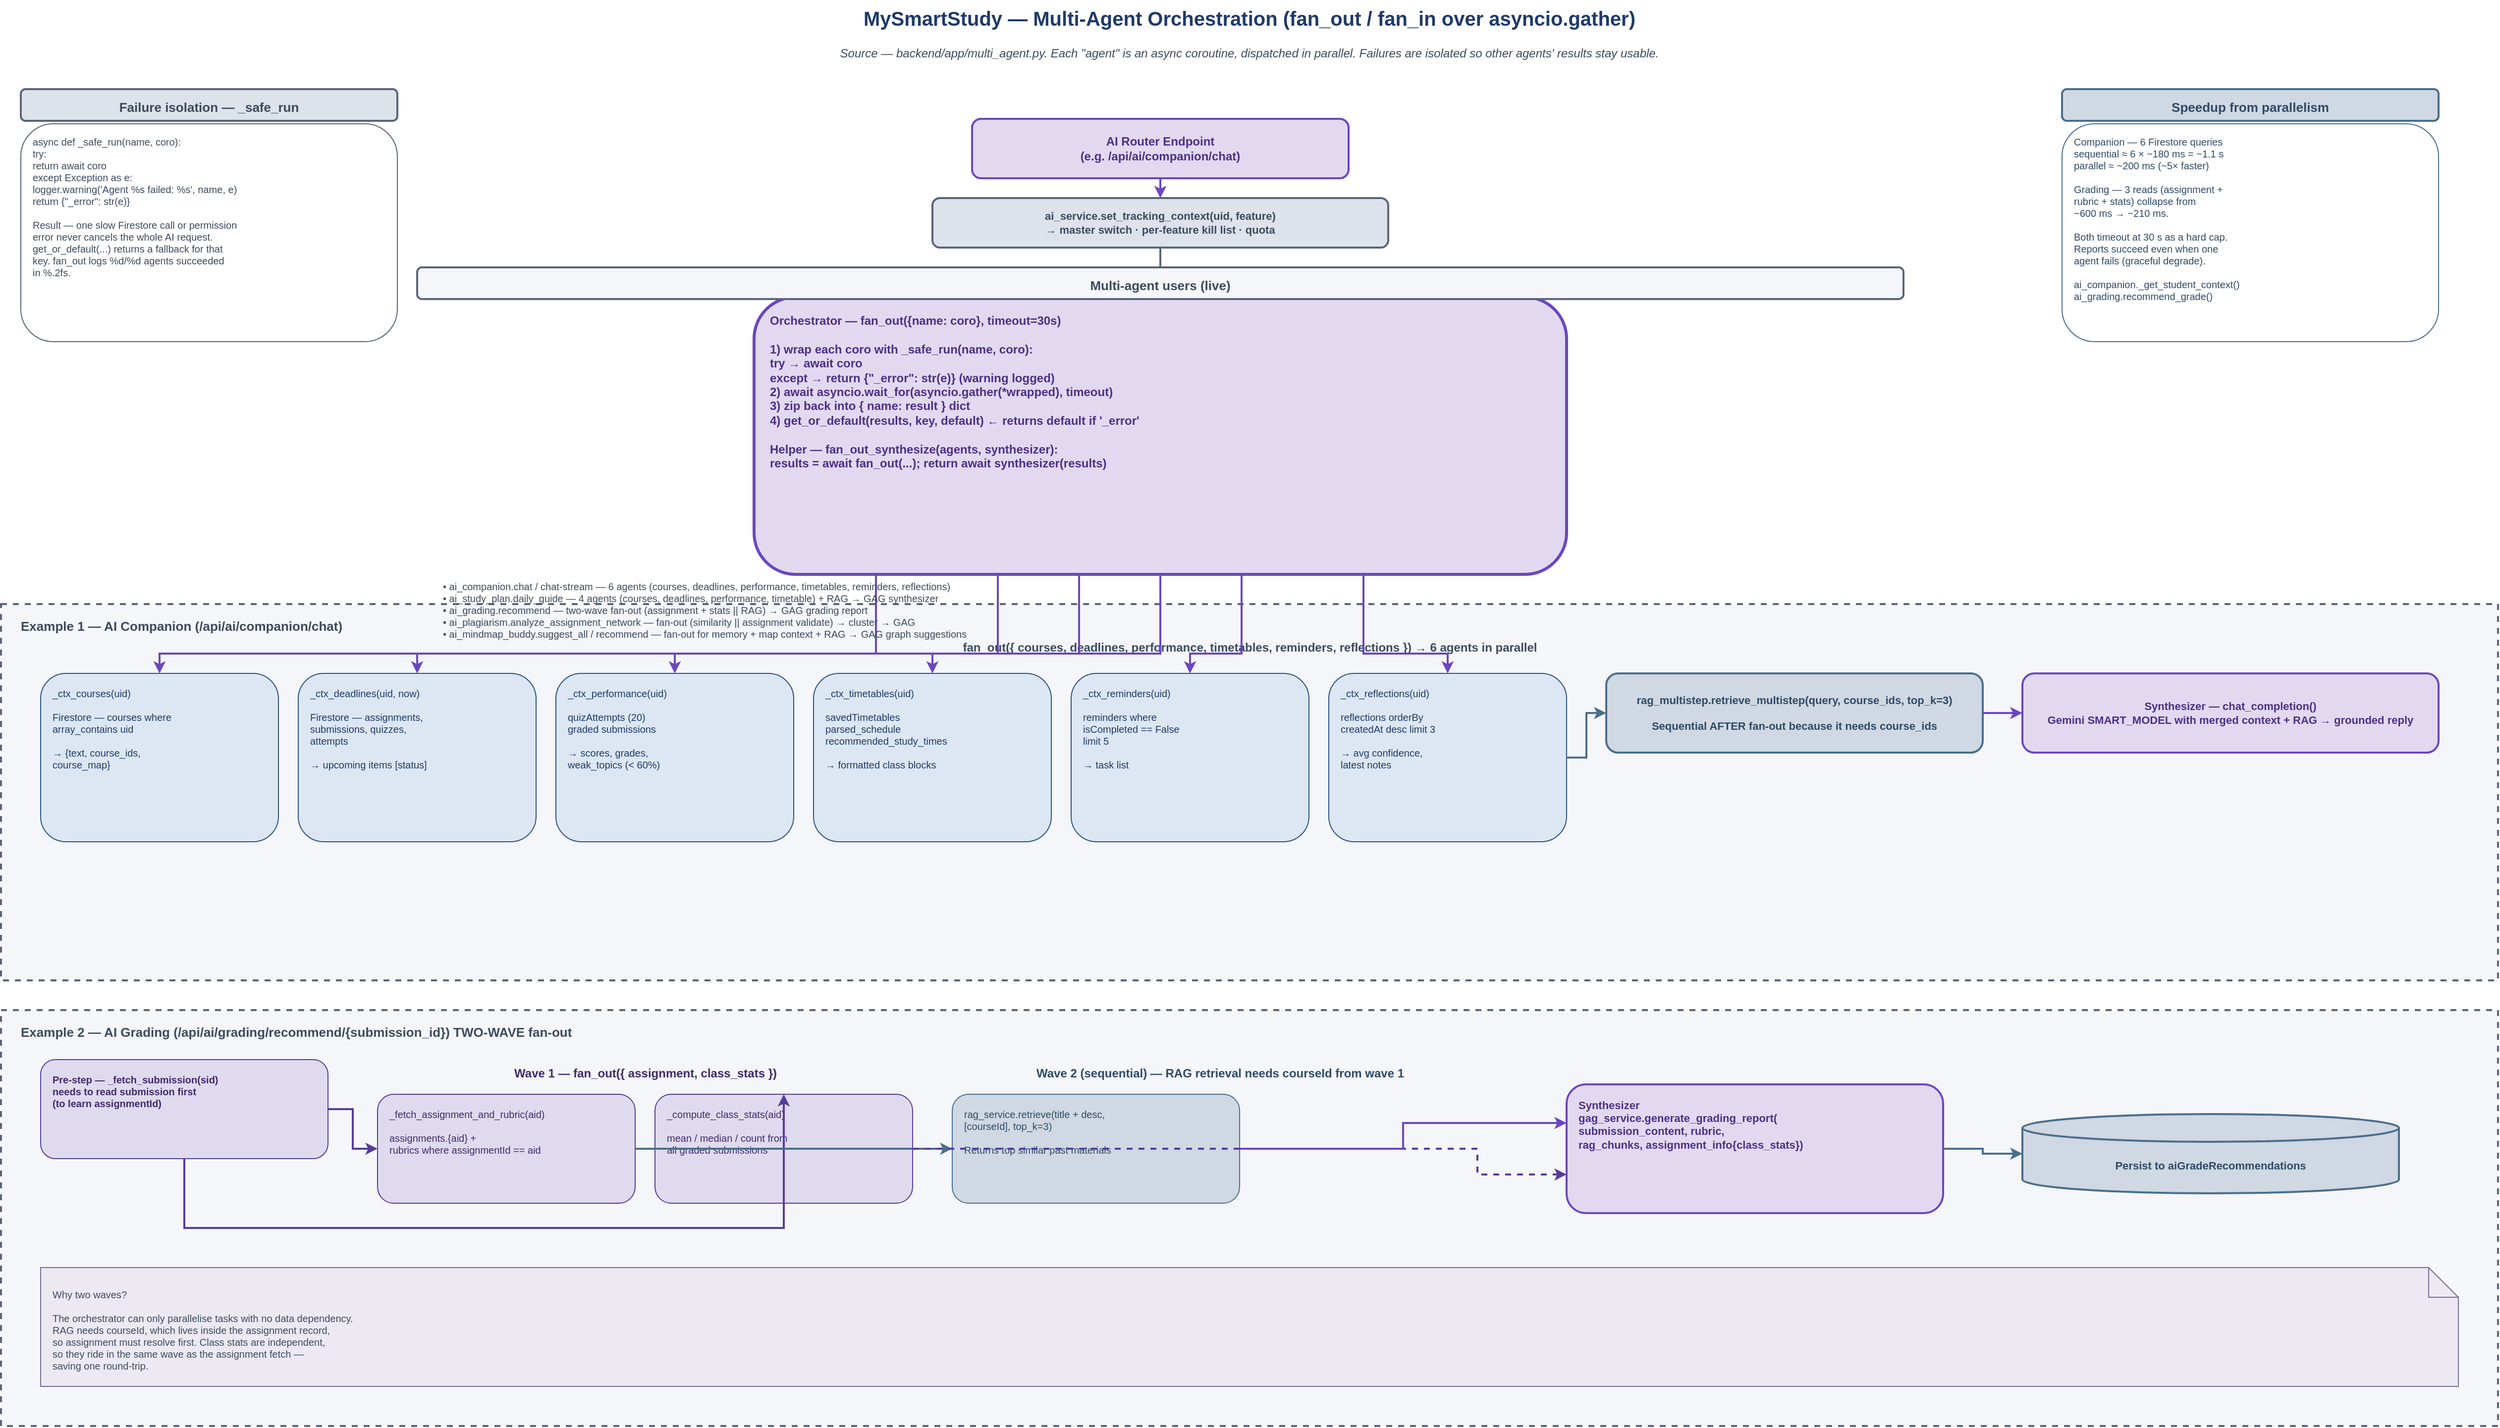
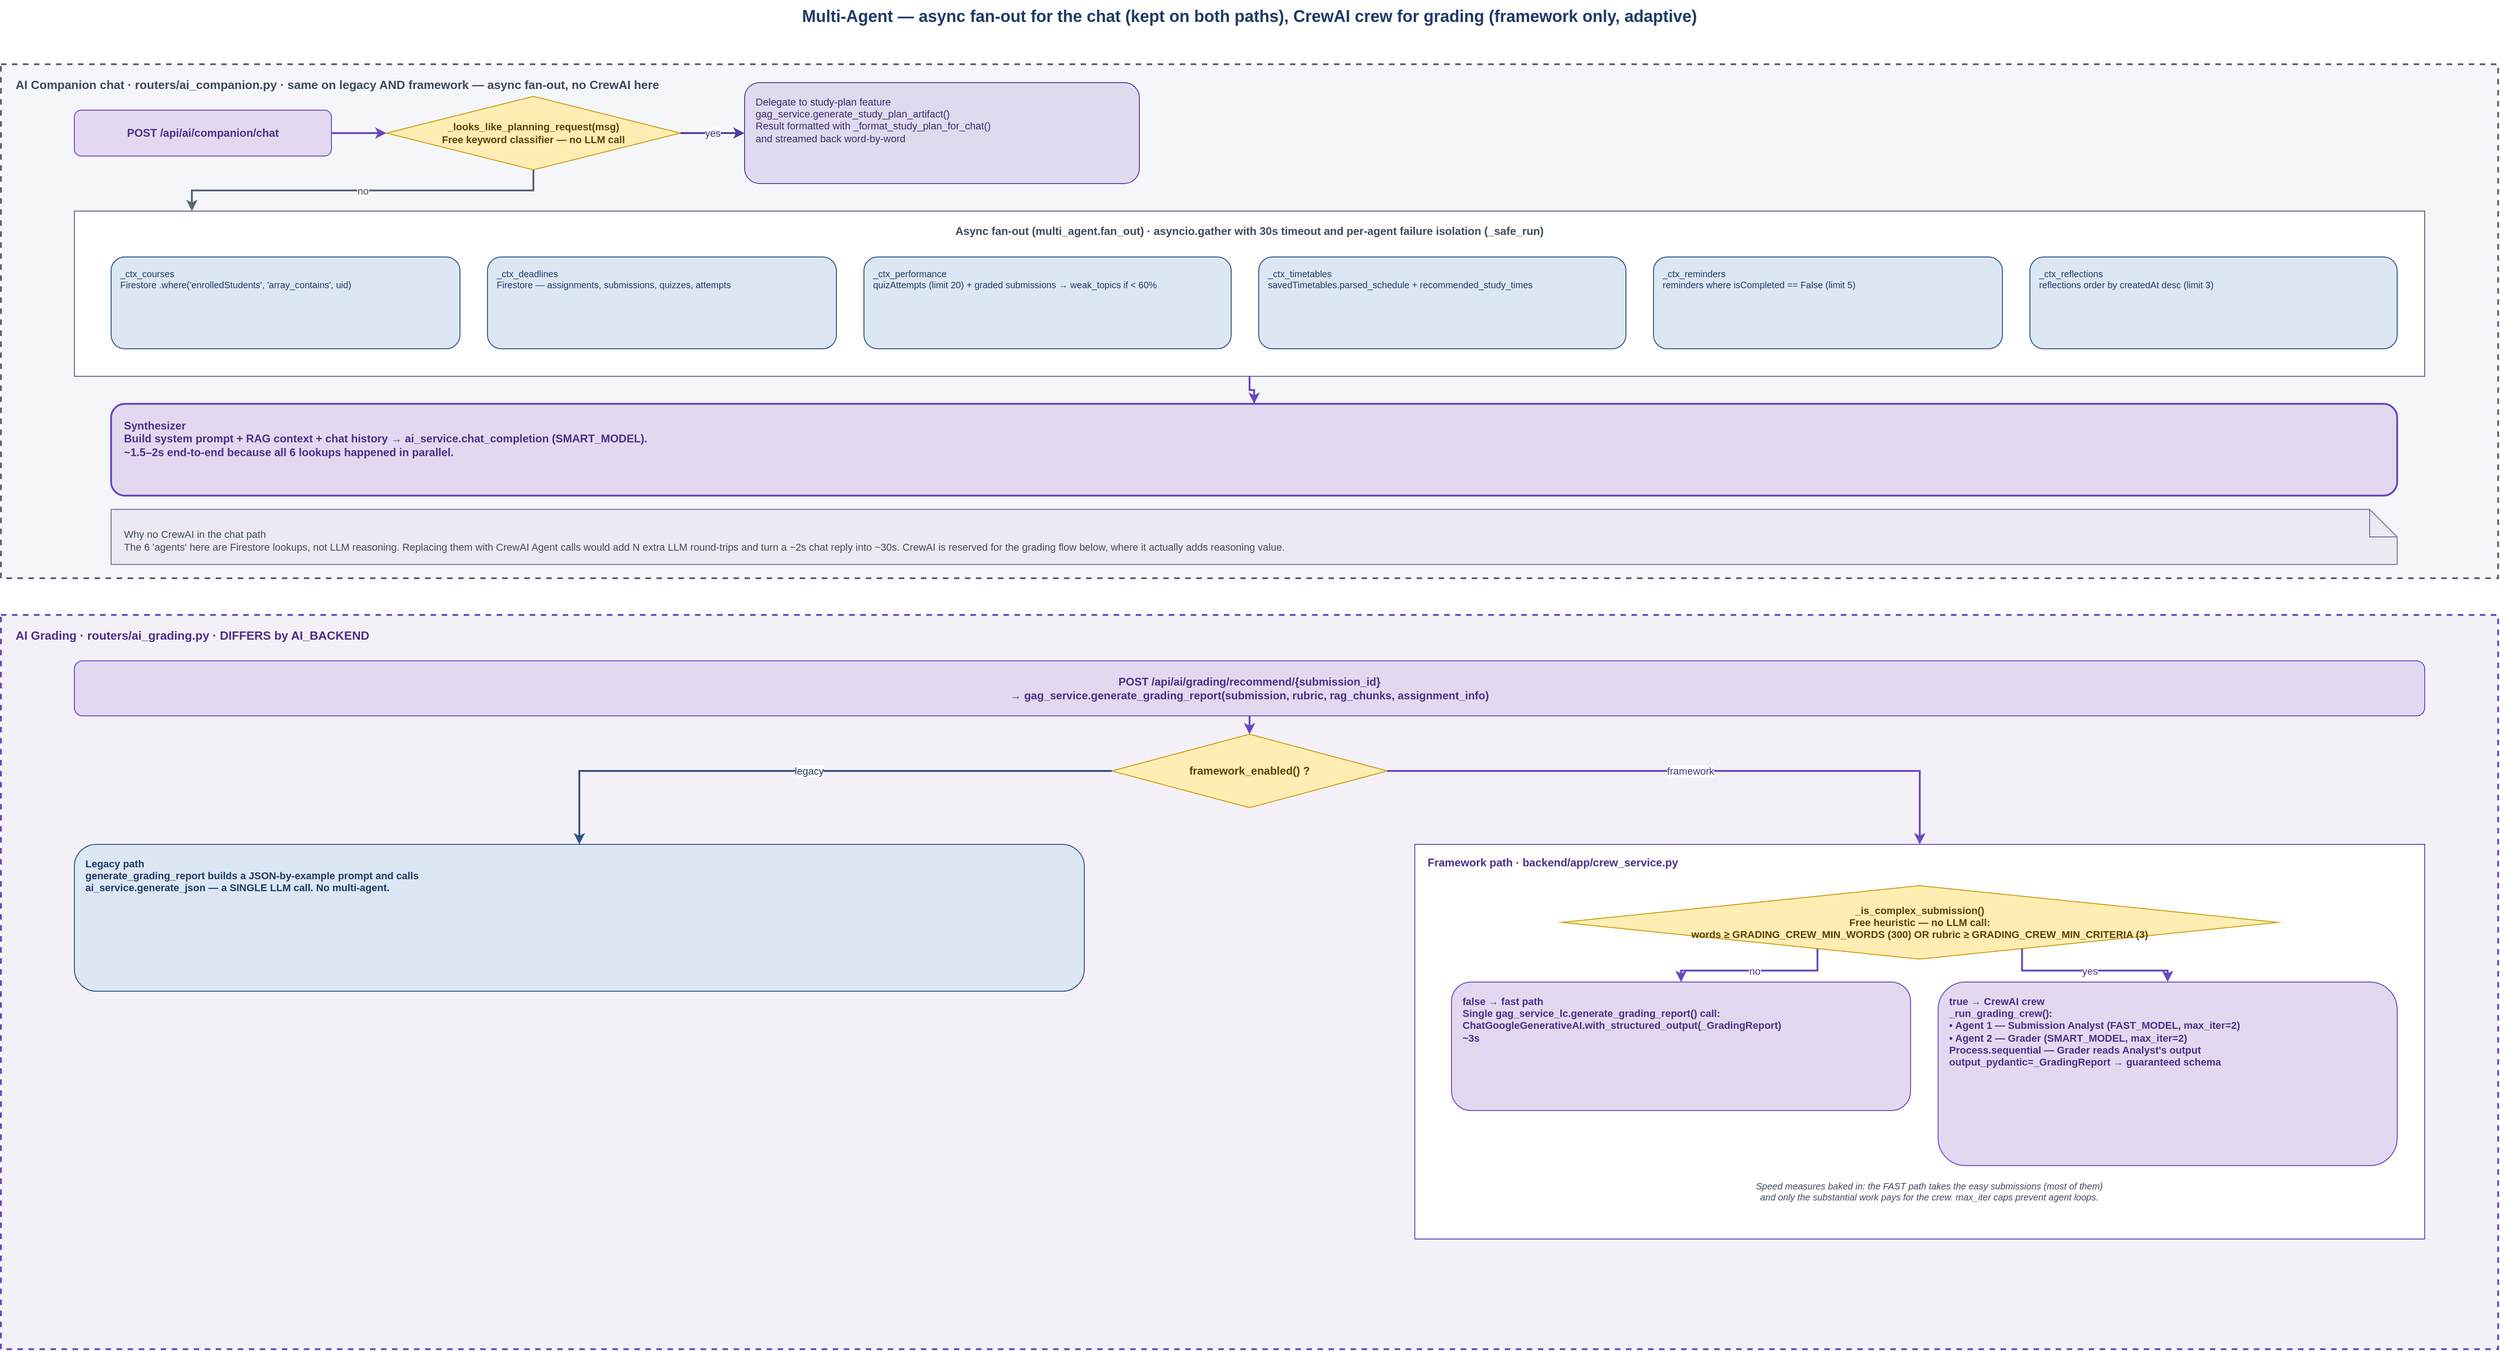
<mxfile host="app.diagrams.net" agent="MySmartStudy" version="22.1.16">
-   <diagram id="multiAgent" name="Multi-Agent Orchestration">
-     <mxGraphModel dx="2400" dy="1400" grid="1" gridSize="10" guides="1" tooltips="1" connect="1" arrows="1" fold="1" page="1" pageScale="1" pageWidth="2600" pageHeight="1800" math="0" shadow="0">
+   <diagram id="multiagent" name="Multi-Agent (Async vs CrewAI)">
+     <mxGraphModel dx="2400" dy="1300" grid="1" gridSize="10" page="1" pageScale="1" pageWidth="2800" pageHeight="1700" math="0" shadow="0">
      <root>
        <mxCell id="0" />
        <mxCell id="1" parent="0" />

-         <mxCell id="title" value="MySmartStudy — Multi-Agent Orchestration  (fan_out / fan_in over asyncio.gather)" style="text;html=1;align=center;verticalAlign=middle;whiteSpace=wrap;fontSize=20;fontStyle=1;fontColor=#1F3A68" vertex="1" parent="1">
-           <mxGeometry x="500" y="20" width="1600" height="36" as="geometry" />
-         </mxCell>
-         <mxCell id="sub" value="Source — backend/app/multi_agent.py.  Each &quot;agent&quot; is an async coroutine, dispatched in parallel.  Failures are isolated so other agents' results stay usable." style="text;html=1;align=center;whiteSpace=wrap;fontSize=12;fontStyle=2;fontColor=#3D4A5C" vertex="1" parent="1">
-           <mxGeometry x="200" y="60" width="2200" height="30" as="geometry" />
+         <mxCell id="title" value="Multi-Agent — async fan-out for the chat (kept on both paths), CrewAI crew for grading (framework only, adaptive)" style="text;html=1;align=center;verticalAlign=middle;whiteSpace=wrap;fontSize=18;fontStyle=1;fontColor=#1F3A68" vertex="1" parent="1">
+           <mxGeometry x="100" y="10" width="2600" height="36" as="geometry" />
        </mxCell>

-         <!-- ============ TOP ROW: callouts + boss + gate ============ -->
-         <mxCell id="fail_box" value="Failure isolation — _safe_run" style="rounded=1;whiteSpace=wrap;html=1;fillColor=#DDE2EB;strokeColor=#5A6478;strokeWidth=2;align=center;verticalAlign=top;fontSize=13;fontStyle=1;fontColor=#3D4A5C;spacingTop=4" vertex="1" parent="1">
-           <mxGeometry x="60" y="110" width="380" height="32" as="geometry" />
-         </mxCell>
-         <mxCell id="fail_body" value="async def _safe_run(name, coro):&#10;  try:&#10;     return await coro&#10;  except Exception as e:&#10;     logger.warning('Agent %s failed: %s', name, e)&#10;     return {&quot;_error&quot;: str(e)}&#10;&#10;Result — one slow Firestore call or permission&#10;error never cancels the whole AI request.&#10;get_or_default(...) returns a fallback for that&#10;key. fan_out logs %d/%d agents succeeded&#10;in %.2fs." style="rounded=1;whiteSpace=wrap;html=1;fillColor=#FFFFFF;strokeColor=#5A6478;align=left;verticalAlign=top;fontSize=10;spacingLeft=10;spacingTop=6;fontColor=#3D4A5C" vertex="1" parent="1">
-           <mxGeometry x="60" y="145" width="380" height="220" as="geometry" />
+         <!-- TOP — AI COMPANION CHAT (same on both paths) -->
+         <mxCell id="chat_panel" value="AI Companion chat  ·  routers/ai_companion.py  ·  same on legacy AND framework — async fan-out, no CrewAI here" style="rounded=0;whiteSpace=wrap;html=1;fillColor=#F4F6FA;strokeColor=#5A6478;strokeWidth=2;dashed=1;verticalAlign=top;fontSize=13;fontStyle=1;fontColor=#3D4A5C;spacingTop=8;align=left;spacingLeft=14" vertex="1" parent="1">
+           <mxGeometry x="40" y="80" width="2720" height="560" as="geometry" />
        </mxCell>

-         <mxCell id="ingress" value="AI Router Endpoint&#10;(e.g. /api/ai/companion/chat)" style="rounded=1;whiteSpace=wrap;html=1;fillColor=#E2D9F0;strokeColor=#6B46C1;strokeWidth=2;align=center;verticalAlign=middle;fontSize=12;fontStyle=1;fontColor=#4C2F87" vertex="1" parent="1">
-           <mxGeometry x="1020" y="140" width="380" height="60" as="geometry" />
-         </mxCell>
-         <mxCell id="gate" value="ai_service.set_tracking_context(uid, feature)&#10;→ master switch · per-feature kill list · quota" style="rounded=1;whiteSpace=wrap;html=1;fillColor=#DDE2EB;strokeColor=#5A6478;strokeWidth=2;align=center;verticalAlign=middle;fontSize=11;fontStyle=1;fontColor=#3D4A5C" vertex="1" parent="1">
-           <mxGeometry x="980" y="220" width="460" height="50" as="geometry" />
+         <mxCell id="chat_in" value="POST /api/ai/companion/chat" style="rounded=1;whiteSpace=wrap;html=1;fillColor=#E2D9F0;strokeColor=#6B46C1;align=center;verticalAlign=middle;fontSize=12;fontStyle=1;fontColor=#4C2F87" vertex="1" parent="1">
+           <mxGeometry x="120" y="130" width="280" height="50" as="geometry" />
        </mxCell>

-         <mxCell id="par_box" value="Speedup from parallelism" style="rounded=1;whiteSpace=wrap;html=1;fillColor=#CFD8E3;strokeColor=#4A6E8C;strokeWidth=2;align=center;verticalAlign=top;fontSize=13;fontStyle=1;fontColor=#2E4A66;spacingTop=4" vertex="1" parent="1">
-           <mxGeometry x="2120" y="110" width="380" height="32" as="geometry" />
-         </mxCell>
-         <mxCell id="par_body" value="Companion — 6 Firestore queries&#10;sequential ≈ 6 × ~180 ms = ~1.1 s&#10;parallel ≈ ~200 ms  (~5× faster)&#10;&#10;Grading — 3 reads (assignment +&#10;rubric + stats) collapse from&#10;~600 ms → ~210 ms.&#10;&#10;Both timeout at 30 s as a hard cap.&#10;Reports succeed even when one&#10;agent fails (graceful degrade).&#10;&#10;ai_companion._get_student_context()&#10;ai_grading.recommend_grade()" style="rounded=1;whiteSpace=wrap;html=1;fillColor=#FFFFFF;strokeColor=#4A6E8C;align=left;verticalAlign=top;fontSize=10;spacingLeft=10;spacingTop=6;fontColor=#2E4A66" vertex="1" parent="1">
-           <mxGeometry x="2120" y="145" width="380" height="220" as="geometry" />
+         <mxCell id="intent" value="_looks_like_planning_request(msg)&#10;Free keyword classifier — no LLM call" style="rhombus;whiteSpace=wrap;html=1;fillColor=#FFEDB3;strokeColor=#C99A06;align=center;verticalAlign=middle;fontSize=11;fontStyle=1;fontColor=#5C4400" vertex="1" parent="1">
+           <mxGeometry x="460" y="115" width="320" height="80" as="geometry" />
        </mxCell>

-         <!-- ingress → gate (straight down) -->
-         <mxCell id="ingress_arrow" style="edgeStyle=orthogonalEdgeStyle;rounded=0;html=1;exitX=0.5;exitY=1;entryX=0.5;entryY=0;endArrow=classic;strokeColor=#6B46C1;strokeWidth=2" edge="1" parent="1" source="ingress" target="gate"><mxGeometry relative="1" as="geometry" /></mxCell>
- 
-         <!-- ============ ORCHESTRATOR CORE (centered) ============ -->
-         <mxCell id="core" value="Orchestrator — fan_out({name: coro}, timeout=30s)&#10;&#10;1) wrap each coro with _safe_run(name, coro):&#10;        try   →  await coro&#10;        except → return {&quot;_error&quot;: str(e)}   (warning logged)&#10;2) await asyncio.wait_for(asyncio.gather(*wrapped), timeout)&#10;3) zip back into { name: result } dict&#10;4) get_or_default(results, key, default)  ← returns default if &#39;_error&#39;&#10;&#10;Helper — fan_out_synthesize(agents, synthesizer):&#10;        results = await fan_out(...);   return await synthesizer(results)" style="rounded=1;whiteSpace=wrap;html=1;fillColor=#E2D9F0;strokeColor=#6B46C1;strokeWidth=3;align=left;verticalAlign=top;fontSize=12;spacingLeft=14;spacingTop=10;fontStyle=1;fontColor=#4C2F87" vertex="1" parent="1">
-           <mxGeometry x="800" y="320" width="820" height="280" as="geometry" />
+         <mxCell id="delegate" value="Delegate to study-plan feature&#10;gag_service.generate_study_plan_artifact()&#10;Result formatted with _format_study_plan_for_chat()&#10;and streamed back word-by-word" style="rounded=1;whiteSpace=wrap;html=1;fillColor=#E0DAEF;strokeColor=#553C9A;align=left;verticalAlign=top;fontSize=11;spacingLeft=10;spacingTop=8;fontColor=#3F2A6B" vertex="1" parent="1">
+           <mxGeometry x="850" y="100" width="430" height="110" as="geometry" />
        </mxCell>

-         <!-- gate → core -->
-         <mxCell id="gate_to_core" style="edgeStyle=orthogonalEdgeStyle;rounded=0;html=1;exitX=0.5;exitY=1;entryX=0.5;entryY=0;endArrow=classic;strokeColor=#5A6478;strokeWidth=2" edge="1" parent="1" source="gate" target="core"><mxGeometry relative="1" as="geometry" /></mxCell>
- 
-         <!-- ============ EXAMPLE 1: COMPANION ============ -->
-         <mxCell id="ex1_bg" value="Example 1 — AI Companion  (/api/ai/companion/chat)" style="rounded=0;whiteSpace=wrap;html=1;fillColor=#F4F6FA;strokeColor=#5A6478;strokeWidth=2;verticalAlign=top;fontSize=13;fontStyle=1;fontColor=#3D4A5C;dashed=1;spacingTop=8;align=left;spacingLeft=18" vertex="1" parent="1">
-           <mxGeometry x="40" y="630" width="2520" height="380" as="geometry" />
+         <mxCell id="fanout_box" value="Async fan-out (multi_agent.fan_out)  ·  asyncio.gather with 30s timeout and per-agent failure isolation (_safe_run)" style="rounded=0;whiteSpace=wrap;html=1;fillColor=#FFFFFF;strokeColor=#5A6478;strokeWidth=1;align=center;verticalAlign=top;fontSize=12;fontStyle=1;fontColor=#3D4A5C;spacingTop=8" vertex="1" parent="1">
+           <mxGeometry x="120" y="240" width="2560" height="180" as="geometry" />
        </mxCell>

-         <mxCell id="ex1_lbl" value="fan_out({ courses, deadlines, performance, timetables, reminders, reflections })   →   6 agents in parallel" style="text;html=1;align=center;fontStyle=1;fontSize=12;fontColor=#3D4A5C" vertex="1" parent="1">
-           <mxGeometry x="40" y="660" width="2520" height="24" as="geometry" />
+         <mxCell id="ag_courses" value="_ctx_courses&#10;Firestore .where('enrolledStudents', 'array_contains', uid)" style="rounded=1;whiteSpace=wrap;html=1;fillColor=#DCE7F3;strokeColor=#2C5282;align=left;verticalAlign=top;fontSize=10;spacingLeft=8;spacingTop=6;fontColor=#1F3A68" vertex="1" parent="1">
+           <mxGeometry x="160" y="290" width="380" height="100" as="geometry" />
+         </mxCell>
+         <mxCell id="ag_deadlines" value="_ctx_deadlines&#10;Firestore — assignments, submissions, quizzes, attempts" style="rounded=1;whiteSpace=wrap;html=1;fillColor=#DCE7F3;strokeColor=#2C5282;align=left;verticalAlign=top;fontSize=10;spacingLeft=8;spacingTop=6;fontColor=#1F3A68" vertex="1" parent="1">
+           <mxGeometry x="570" y="290" width="380" height="100" as="geometry" />
+         </mxCell>
+         <mxCell id="ag_perf" value="_ctx_performance&#10;quizAttempts (limit 20) + graded submissions → weak_topics if &lt; 60%" style="rounded=1;whiteSpace=wrap;html=1;fillColor=#DCE7F3;strokeColor=#2C5282;align=left;verticalAlign=top;fontSize=10;spacingLeft=8;spacingTop=6;fontColor=#1F3A68" vertex="1" parent="1">
+           <mxGeometry x="980" y="290" width="400" height="100" as="geometry" />
+         </mxCell>
+         <mxCell id="ag_tt" value="_ctx_timetables&#10;savedTimetables.parsed_schedule + recommended_study_times" style="rounded=1;whiteSpace=wrap;html=1;fillColor=#DCE7F3;strokeColor=#2C5282;align=left;verticalAlign=top;fontSize=10;spacingLeft=8;spacingTop=6;fontColor=#1F3A68" vertex="1" parent="1">
+           <mxGeometry x="1410" y="290" width="400" height="100" as="geometry" />
+         </mxCell>
+         <mxCell id="ag_rem" value="_ctx_reminders&#10;reminders where isCompleted == False (limit 5)" style="rounded=1;whiteSpace=wrap;html=1;fillColor=#DCE7F3;strokeColor=#2C5282;align=left;verticalAlign=top;fontSize=10;spacingLeft=8;spacingTop=6;fontColor=#1F3A68" vertex="1" parent="1">
+           <mxGeometry x="1840" y="290" width="380" height="100" as="geometry" />
+         </mxCell>
+         <mxCell id="ag_ref" value="_ctx_reflections&#10;reflections order by createdAt desc (limit 3)" style="rounded=1;whiteSpace=wrap;html=1;fillColor=#DCE7F3;strokeColor=#2C5282;align=left;verticalAlign=top;fontSize=10;spacingLeft=8;spacingTop=6;fontColor=#1F3A68" vertex="1" parent="1">
+           <mxGeometry x="2250" y="290" width="400" height="100" as="geometry" />
        </mxCell>

-         <!-- 6 agents in row -->
-         <mxCell id="a1" value="_ctx_courses(uid)&#10;&#10;Firestore — courses where&#10;array_contains uid&#10;&#10;→ {text, course_ids,&#10;     course_map}" style="rounded=1;whiteSpace=wrap;html=1;fillColor=#DCE7F3;strokeColor=#2C5282;align=left;verticalAlign=top;fontSize=10;spacingLeft=10;spacingTop=8;fontColor=#1F3A68" vertex="1" parent="1">
-           <mxGeometry x="80" y="700" width="240" height="170" as="geometry" />
-         </mxCell>
-         <mxCell id="a2" value="_ctx_deadlines(uid, now)&#10;&#10;Firestore — assignments,&#10;submissions, quizzes,&#10;attempts&#10;&#10;→ upcoming items [status]" style="rounded=1;whiteSpace=wrap;html=1;fillColor=#DCE7F3;strokeColor=#2C5282;align=left;verticalAlign=top;fontSize=10;spacingLeft=10;spacingTop=8;fontColor=#1F3A68" vertex="1" parent="1">
-           <mxGeometry x="340" y="700" width="240" height="170" as="geometry" />
-         </mxCell>
-         <mxCell id="a3" value="_ctx_performance(uid)&#10;&#10;quizAttempts (20)&#10;graded submissions&#10;&#10;→ scores, grades,&#10;   weak_topics (&lt; 60%)" style="rounded=1;whiteSpace=wrap;html=1;fillColor=#DCE7F3;strokeColor=#2C5282;align=left;verticalAlign=top;fontSize=10;spacingLeft=10;spacingTop=8;fontColor=#1F3A68" vertex="1" parent="1">
-           <mxGeometry x="600" y="700" width="240" height="170" as="geometry" />
-         </mxCell>
-         <mxCell id="a4" value="_ctx_timetables(uid)&#10;&#10;savedTimetables&#10;parsed_schedule&#10;recommended_study_times&#10;&#10;→ formatted class blocks" style="rounded=1;whiteSpace=wrap;html=1;fillColor=#DCE7F3;strokeColor=#2C5282;align=left;verticalAlign=top;fontSize=10;spacingLeft=10;spacingTop=8;fontColor=#1F3A68" vertex="1" parent="1">
-           <mxGeometry x="860" y="700" width="240" height="170" as="geometry" />
-         </mxCell>
-         <mxCell id="a5" value="_ctx_reminders(uid)&#10;&#10;reminders where&#10;isCompleted == False&#10;limit 5&#10;&#10;→ task list" style="rounded=1;whiteSpace=wrap;html=1;fillColor=#DCE7F3;strokeColor=#2C5282;align=left;verticalAlign=top;fontSize=10;spacingLeft=10;spacingTop=8;fontColor=#1F3A68" vertex="1" parent="1">
-           <mxGeometry x="1120" y="700" width="240" height="170" as="geometry" />
-         </mxCell>
-         <mxCell id="a6" value="_ctx_reflections(uid)&#10;&#10;reflections orderBy&#10;createdAt desc limit 3&#10;&#10;→ avg confidence,&#10;    latest notes" style="rounded=1;whiteSpace=wrap;html=1;fillColor=#DCE7F3;strokeColor=#2C5282;align=left;verticalAlign=top;fontSize=10;spacingLeft=10;spacingTop=8;fontColor=#1F3A68" vertex="1" parent="1">
-           <mxGeometry x="1380" y="700" width="240" height="170" as="geometry" />
+         <mxCell id="synth" value="Synthesizer&#10;Build system prompt + RAG context + chat history → ai_service.chat_completion (SMART_MODEL).&#10;~1.5–2s end-to-end because all 6 lookups happened in parallel." style="rounded=1;whiteSpace=wrap;html=1;fillColor=#E2D9F0;strokeColor=#6B46C1;strokeWidth=2;align=left;verticalAlign=top;fontSize=12;spacingLeft=12;spacingTop=10;fontStyle=1;fontColor=#4C2F87" vertex="1" parent="1">
+           <mxGeometry x="160" y="450" width="2490" height="100" as="geometry" />
        </mxCell>

-         <mxCell id="rag_step" value="rag_multistep.retrieve_multistep(query, course_ids, top_k=3)&#10;&#10;Sequential AFTER fan-out because it needs course_ids" style="rounded=1;whiteSpace=wrap;html=1;fillColor=#CFD8E3;strokeColor=#4A6E8C;strokeWidth=2;align=center;verticalAlign=middle;fontSize=11;fontStyle=1;fontColor=#2E4A66" vertex="1" parent="1">
-           <mxGeometry x="1660" y="700" width="380" height="80" as="geometry" />
-         </mxCell>
-         <mxCell id="synth1" value="Synthesizer — chat_completion()&#10;Gemini SMART_MODEL with merged context + RAG → grounded reply" style="rounded=1;whiteSpace=wrap;html=1;fillColor=#E2D9F0;strokeColor=#6B46C1;strokeWidth=2;align=center;verticalAlign=middle;fontSize=11;fontStyle=1;fontColor=#4C2F87" vertex="1" parent="1">
-           <mxGeometry x="2080" y="700" width="420" height="80" as="geometry" />
+         <mxCell id="chat_note" value="Why no CrewAI in the chat path&#10;The 6 'agents' here are Firestore lookups, not LLM reasoning.  Replacing them with CrewAI Agent calls would add N extra LLM round-trips and turn a ~2s chat reply into ~30s.  CrewAI is reserved for the grading flow below, where it actually adds reasoning value." style="shape=note;whiteSpace=wrap;html=1;backgroundOutline=1;fillColor=#ECE9F3;strokeColor=#7A6B98;fontSize=11;fontColor=#3D4A5C;align=left;spacingLeft=12;spacingTop=8" vertex="1" parent="1">
+           <mxGeometry x="160" y="565" width="2490" height="60" as="geometry" />
        </mxCell>

-         <!-- core → 6 agents via vertical bus at y=680 -->
-         <mxCell id="ce1" style="edgeStyle=orthogonalEdgeStyle;rounded=0;html=1;exitX=0.15;exitY=1;entryX=0.5;entryY=0;endArrow=classic;strokeColor=#6B46C1;strokeWidth=2" edge="1" parent="1" source="core" target="a1"><mxGeometry relative="1" as="geometry"><Array as="points"><mxPoint x="923" y="680" /><mxPoint x="200" y="680" /></Array></mxGeometry></mxCell>
-         <mxCell id="ce2" style="edgeStyle=orthogonalEdgeStyle;rounded=0;html=1;exitX=0.3;exitY=1;entryX=0.5;entryY=0;endArrow=classic;strokeColor=#6B46C1;strokeWidth=2" edge="1" parent="1" source="core" target="a2"><mxGeometry relative="1" as="geometry"><Array as="points"><mxPoint x="1046" y="680" /><mxPoint x="460" y="680" /></Array></mxGeometry></mxCell>
-         <mxCell id="ce3" style="edgeStyle=orthogonalEdgeStyle;rounded=0;html=1;exitX=0.4;exitY=1;entryX=0.5;entryY=0;endArrow=classic;strokeColor=#6B46C1;strokeWidth=2" edge="1" parent="1" source="core" target="a3"><mxGeometry relative="1" as="geometry"><Array as="points"><mxPoint x="1128" y="680" /><mxPoint x="720" y="680" /></Array></mxGeometry></mxCell>
-         <mxCell id="ce4" style="edgeStyle=orthogonalEdgeStyle;rounded=0;html=1;exitX=0.5;exitY=1;entryX=0.5;entryY=0;endArrow=classic;strokeColor=#6B46C1;strokeWidth=2" edge="1" parent="1" source="core" target="a4"><mxGeometry relative="1" as="geometry"><Array as="points"><mxPoint x="1210" y="680" /><mxPoint x="980" y="680" /></Array></mxGeometry></mxCell>
-         <mxCell id="ce5" style="edgeStyle=orthogonalEdgeStyle;rounded=0;html=1;exitX=0.6;exitY=1;entryX=0.5;entryY=0;endArrow=classic;strokeColor=#6B46C1;strokeWidth=2" edge="1" parent="1" source="core" target="a5"><mxGeometry relative="1" as="geometry"><Array as="points"><mxPoint x="1292" y="680" /><mxPoint x="1240" y="680" /></Array></mxGeometry></mxCell>
-         <mxCell id="ce6" style="edgeStyle=orthogonalEdgeStyle;rounded=0;html=1;exitX=0.75;exitY=1;entryX=0.5;entryY=0;endArrow=classic;strokeColor=#6B46C1;strokeWidth=2" edge="1" parent="1" source="core" target="a6"><mxGeometry relative="1" as="geometry"><Array as="points"><mxPoint x="1415" y="680" /><mxPoint x="1500" y="680" /></Array></mxGeometry></mxCell>
- 
-         <!-- a1 → rag_step (via right bus) , then rag → synth -->
-         <mxCell id="conv1" style="edgeStyle=orthogonalEdgeStyle;rounded=0;html=1;exitX=1;exitY=0.5;entryX=0;entryY=0.5;endArrow=classic;strokeColor=#4A6E8C;strokeWidth=2" edge="1" parent="1" source="a6" target="rag_step"><mxGeometry relative="1" as="geometry" /></mxCell>
-         <mxCell id="conv2" style="edgeStyle=orthogonalEdgeStyle;rounded=0;html=1;exitX=1;exitY=0.5;entryX=0;entryY=0.5;endArrow=classic;strokeColor=#6B46C1;strokeWidth=2" edge="1" parent="1" source="rag_step" target="synth1"><mxGeometry relative="1" as="geometry" /></mxCell>
- 
-         <!-- ============ EXAMPLE 2: GRADING ============ -->
-         <mxCell id="ex2_bg" value="Example 2 — AI Grading  (/api/ai/grading/recommend/{submission_id})   TWO-WAVE fan-out" style="rounded=0;whiteSpace=wrap;html=1;fillColor=#F4F6FA;strokeColor=#5A6478;strokeWidth=2;verticalAlign=top;fontSize=13;fontStyle=1;fontColor=#3D4A5C;dashed=1;spacingTop=8;align=left;spacingLeft=18" vertex="1" parent="1">
-           <mxGeometry x="40" y="1040" width="2520" height="420" as="geometry" />
+         <!-- BOTTOM — AI GRADING (legacy vs framework, with complexity router) -->
+         <mxCell id="grade_panel" value="AI Grading  ·  routers/ai_grading.py  ·  DIFFERS by AI_BACKEND" style="rounded=0;whiteSpace=wrap;html=1;fillColor=#F4F0F8;strokeColor=#6B46C1;strokeWidth=2;dashed=1;verticalAlign=top;fontSize=13;fontStyle=1;fontColor=#4C2F87;spacingTop=8;align=left;spacingLeft=14" vertex="1" parent="1">
+           <mxGeometry x="40" y="680" width="2720" height="800" as="geometry" />
        </mxCell>

-         <mxCell id="ex2_pre" value="Pre-step — _fetch_submission(sid)&#10;needs to read submission first&#10;(to learn assignmentId)" style="rounded=1;whiteSpace=wrap;html=1;fillColor=#E0DAEF;strokeColor=#553C9A;align=left;verticalAlign=top;fontSize=10;spacingLeft=10;spacingTop=8;fontStyle=1;fontColor=#3F2A6B" vertex="1" parent="1">
-           <mxGeometry x="80" y="1090" width="290" height="100" as="geometry" />
+         <mxCell id="grade_in" value="POST /api/ai/grading/recommend/{submission_id}&#10;→ gag_service.generate_grading_report(submission, rubric, rag_chunks, assignment_info)" style="rounded=1;whiteSpace=wrap;html=1;fillColor=#E2D9F0;strokeColor=#6B46C1;align=center;verticalAlign=middle;fontSize=12;fontStyle=1;fontColor=#4C2F87" vertex="1" parent="1">
+           <mxGeometry x="120" y="730" width="2560" height="60" as="geometry" />
        </mxCell>

-         <mxCell id="ex2_w1" value="Wave 1 — fan_out({ assignment, class_stats })" style="text;html=1;align=center;fontStyle=1;fontSize=12;fontColor=#3F2A6B" vertex="1" parent="1">
-           <mxGeometry x="420" y="1090" width="540" height="24" as="geometry" />
-         </mxCell>
-         <mxCell id="w1a1" value="_fetch_assignment_and_rubric(aid)&#10;&#10;assignments.{aid} +&#10;rubrics where assignmentId == aid" style="rounded=1;whiteSpace=wrap;html=1;fillColor=#E0DAEF;strokeColor=#553C9A;align=left;verticalAlign=top;fontSize=10;spacingLeft=10;spacingTop=8;fontColor=#3F2A6B" vertex="1" parent="1">
-           <mxGeometry x="420" y="1125" width="260" height="110" as="geometry" />
-         </mxCell>
-         <mxCell id="w1a2" value="_compute_class_stats(aid)&#10;&#10;mean / median / count from&#10;all graded submissions" style="rounded=1;whiteSpace=wrap;html=1;fillColor=#E0DAEF;strokeColor=#553C9A;align=left;verticalAlign=top;fontSize=10;spacingLeft=10;spacingTop=8;fontColor=#3F2A6B" vertex="1" parent="1">
-           <mxGeometry x="700" y="1125" width="260" height="110" as="geometry" />
+         <mxCell id="grade_disp" value="framework_enabled() ?" style="rhombus;whiteSpace=wrap;html=1;fillColor=#FFEDB3;strokeColor=#C99A06;align=center;verticalAlign=middle;fontSize=12;fontStyle=1;fontColor=#5C4400" vertex="1" parent="1">
+           <mxGeometry x="1250" y="810" width="300" height="80" as="geometry" />
        </mxCell>

-         <mxCell id="ex2_w2" value="Wave 2 (sequential) — RAG retrieval needs courseId from wave 1" style="text;html=1;align=center;fontStyle=1;fontSize=12;fontColor=#2E4A66" vertex="1" parent="1">
-           <mxGeometry x="1000" y="1090" width="540" height="24" as="geometry" />
-         </mxCell>
-         <mxCell id="w2a1" value="rag_service.retrieve(title + desc,&#10;[courseId], top_k=3)&#10;&#10;Returns top similar past materials" style="rounded=1;whiteSpace=wrap;html=1;fillColor=#CFD8E3;strokeColor=#4A6E8C;align=left;verticalAlign=top;fontSize=10;spacingLeft=10;spacingTop=8;fontColor=#2E4A66" vertex="1" parent="1">
-           <mxGeometry x="1000" y="1125" width="290" height="110" as="geometry" />
+         <!-- legacy grading -->
+         <mxCell id="L_grade" value="Legacy path&#10;generate_grading_report builds a JSON-by-example prompt and calls&#10;ai_service.generate_json — a SINGLE LLM call.  No multi-agent." style="rounded=1;whiteSpace=wrap;html=1;fillColor=#DCE7F3;strokeColor=#2C5282;align=left;verticalAlign=top;fontSize=11;spacingLeft=10;spacingTop=8;fontStyle=1;fontColor=#1F3A68" vertex="1" parent="1">
+           <mxGeometry x="120" y="930" width="1100" height="160" as="geometry" />
        </mxCell>

-         <mxCell id="ex2_synth" value="Synthesizer&#10;gag_service.generate_grading_report(&#10;  submission_content, rubric,&#10;  rag_chunks, assignment_info{class_stats})" style="rounded=1;whiteSpace=wrap;html=1;fillColor=#E2D9F0;strokeColor=#6B46C1;strokeWidth=2;align=left;verticalAlign=top;fontSize=11;spacingLeft=10;spacingTop=8;fontStyle=1;fontColor=#4C2F87" vertex="1" parent="1">
-           <mxGeometry x="1620" y="1115" width="380" height="130" as="geometry" />
+         <!-- framework grading with adaptive complexity router -->
+         <mxCell id="F_grade_box" value="Framework path  ·  backend/app/crew_service.py" style="rounded=0;whiteSpace=wrap;html=1;fillColor=#FFFFFF;strokeColor=#6B46C1;strokeWidth=1;verticalAlign=top;align=left;spacingTop=6;spacingLeft=12;fontSize=12;fontStyle=1;fontColor=#4C2F87" vertex="1" parent="1">
+           <mxGeometry x="1580" y="930" width="1100" height="430" as="geometry" />
        </mxCell>

-         <mxCell id="ex2_persist" value="Persist to aiGradeRecommendations" style="shape=cylinder3;whiteSpace=wrap;html=1;boundedLbl=1;backgroundOutline=1;size=14;fillColor=#CFD8E3;strokeColor=#4A6E8C;strokeWidth=2;align=center;verticalAlign=middle;fontSize=11;fontStyle=1;fontColor=#2E4A66" vertex="1" parent="1">
-           <mxGeometry x="2080" y="1145" width="380" height="80" as="geometry" />
+         <mxCell id="F_complexity" value="_is_complex_submission()&#10;Free heuristic — no LLM call:&#10;words ≥ GRADING_CREW_MIN_WORDS (300)  OR  rubric ≥ GRADING_CREW_MIN_CRITERIA (3)" style="rhombus;whiteSpace=wrap;html=1;fillColor=#FFEDB3;strokeColor=#C99A06;align=center;verticalAlign=middle;fontSize=11;fontStyle=1;fontColor=#5C4400" vertex="1" parent="1">
+           <mxGeometry x="1740" y="975" width="780" height="80" as="geometry" />
        </mxCell>

-         <!-- ex2 arrows -->
-         <mxCell id="e2e1" style="edgeStyle=orthogonalEdgeStyle;rounded=0;html=1;exitX=1;exitY=0.5;entryX=0;entryY=0.5;endArrow=classic;strokeColor=#553C9A;strokeWidth=2" edge="1" parent="1" source="ex2_pre" target="w1a1"><mxGeometry relative="1" as="geometry" /></mxCell>
-         <mxCell id="e2e2" style="edgeStyle=orthogonalEdgeStyle;rounded=0;html=1;exitX=0.5;exitY=1;entryX=0.5;entryY=0;endArrow=classic;strokeColor=#553C9A;strokeWidth=2" edge="1" parent="1" source="ex2_pre" target="w1a2"><mxGeometry relative="1" as="geometry"><Array as="points"><mxPoint x="225" y="1260" /><mxPoint x="830" y="1260" /></Array></mxGeometry></mxCell>
-         <mxCell id="e2e3" style="edgeStyle=orthogonalEdgeStyle;rounded=0;html=1;exitX=1;exitY=0.5;entryX=0;entryY=0.5;endArrow=classic;strokeColor=#4A6E8C;strokeWidth=2" edge="1" parent="1" source="w1a1" target="w2a1"><mxGeometry relative="1" as="geometry"><Array as="points"><mxPoint x="980" y="1180" /></Array></mxGeometry></mxCell>
-         <mxCell id="e2e4" style="edgeStyle=orthogonalEdgeStyle;rounded=0;html=1;exitX=1;exitY=0.5;entryX=0;entryY=0.7;endArrow=classic;dashed=1;strokeColor=#553C9A;strokeWidth=2" edge="1" parent="1" source="w1a2" target="ex2_synth"><mxGeometry relative="1" as="geometry"><Array as="points"><mxPoint x="1530" y="1180" /></Array></mxGeometry></mxCell>
-         <mxCell id="e2e5" style="edgeStyle=orthogonalEdgeStyle;rounded=0;html=1;exitX=1;exitY=0.5;entryX=0;entryY=0.3;endArrow=classic;strokeColor=#6B46C1;strokeWidth=2" edge="1" parent="1" source="w2a1" target="ex2_synth"><mxGeometry relative="1" as="geometry" /></mxCell>
-         <mxCell id="e2e6" style="edgeStyle=orthogonalEdgeStyle;rounded=0;html=1;exitX=1;exitY=0.5;entryX=0;entryY=0.5;endArrow=classic;strokeColor=#4A6E8C;strokeWidth=2" edge="1" parent="1" source="ex2_synth" target="ex2_persist"><mxGeometry relative="1" as="geometry" /></mxCell>
- 
-         <mxCell id="ex2_note" value="Why two waves?&#10;&#10;The orchestrator can only parallelise tasks with no data dependency.&#10;RAG needs courseId, which lives inside the assignment record,&#10;so assignment must resolve first.  Class stats are independent,&#10;so they ride in the same wave as the assignment fetch —&#10;saving one round-trip." style="shape=note;whiteSpace=wrap;html=1;backgroundOutline=1;fillColor=#ECE9F3;strokeColor=#7A6B98;fontSize=10;fontColor=#3D4A5C;align=left;spacingLeft=10;spacingTop=6" vertex="1" parent="1">
-           <mxGeometry x="80" y="1300" width="2440" height="120" as="geometry" />
+         <mxCell id="F_fast" value="false → fast path&#10;Single gag_service_lc.generate_grading_report() call:&#10;ChatGoogleGenerativeAI.with_structured_output(_GradingReport)&#10;~3s" style="rounded=1;whiteSpace=wrap;html=1;fillColor=#E2D9F0;strokeColor=#6B46C1;align=left;verticalAlign=top;fontSize=11;spacingLeft=10;spacingTop=8;fontStyle=1;fontColor=#4C2F87" vertex="1" parent="1">
+           <mxGeometry x="1620" y="1080" width="500" height="140" as="geometry" />
        </mxCell>

-         <!-- ============ USERS LIST (between callouts at the top) ============ -->
-         <mxCell id="users_box" value="Multi-agent users (live)" style="rounded=1;whiteSpace=wrap;html=1;fillColor=#F4F6FA;strokeColor=#5A6478;strokeWidth=2;align=center;verticalAlign=top;fontSize=13;fontStyle=1;fontColor=#3D4A5C;spacingTop=4" vertex="1" parent="1">
-           <mxGeometry x="460" y="290" width="1500" height="32" as="geometry" />
+         <mxCell id="F_crew" value="true → CrewAI crew&#10;_run_grading_crew():&#10;• Agent 1 — Submission Analyst (FAST_MODEL, max_iter=2)&#10;• Agent 2 — Grader (SMART_MODEL, max_iter=2)&#10;Process.sequential — Grader reads Analyst's output&#10;output_pydantic=_GradingReport → guaranteed schema" style="rounded=1;whiteSpace=wrap;html=1;fillColor=#E2D9F0;strokeColor=#6B46C1;align=left;verticalAlign=top;fontSize=11;spacingLeft=10;spacingTop=8;fontStyle=1;fontColor=#4C2F87" vertex="1" parent="1">
+           <mxGeometry x="2150" y="1080" width="500" height="200" as="geometry" />
        </mxCell>
-         <mxCell id="users_body" value="• ai_companion.chat / chat-stream — 6 agents (courses, deadlines, performance, timetables, reminders, reflections)&#10;• ai_study_plan.daily_guide — 4 agents (courses, deadlines, performance, timetable) + RAG → GAG synthesizer&#10;• ai_grading.recommend — two-wave fan-out (assignment + stats || RAG) → GAG grading report&#10;• ai_plagiarism.analyze_assignment_network — fan-out (similarity || assignment validate) → cluster → GAG&#10;• ai_mindmap_buddy.suggest_all / recommend — fan-out for memory + map context + RAG → GAG graph suggestions" style="text;html=1;align=left;verticalAlign=top;fontSize=10;fontColor=#3D4A5C;spacingLeft=14" vertex="1" parent="1">
-           <mxGeometry x="470" y="600" width="1480" height="20" as="geometry" />
+ 
+         <mxCell id="F_grade_note" value="Speed measures baked in:  the FAST path takes the easy submissions (most of them)&#10;and only the substantial work pays for the crew.  max_iter caps prevent agent loops." style="text;html=1;align=center;fontSize=10;fontStyle=2;fontColor=#3D4A5C" vertex="1" parent="1">
+           <mxGeometry x="1620" y="1290" width="1040" height="40" as="geometry" />
        </mxCell>
+ 
+         <!-- ARROWS -->
+         <mxCell id="a_chat" style="edgeStyle=orthogonalEdgeStyle;rounded=0;html=1;exitX=1;exitY=0.5;entryX=0;entryY=0.5;endArrow=classic;strokeColor=#6B46C1;strokeWidth=2" edge="1" parent="1" source="chat_in" target="intent"><mxGeometry relative="1" as="geometry" /></mxCell>
+         <mxCell id="a_intent_yes" value="yes" style="edgeStyle=orthogonalEdgeStyle;rounded=0;html=1;exitX=1;exitY=0.5;entryX=0;entryY=0.5;endArrow=classic;strokeColor=#553C9A;strokeWidth=2;fontSize=11;fontColor=#3F2A6B" edge="1" parent="1" source="intent" target="delegate"><mxGeometry relative="1" as="geometry" /></mxCell>
+         <mxCell id="a_intent_no" value="no" style="edgeStyle=orthogonalEdgeStyle;rounded=0;html=1;exitX=0.5;exitY=1;entryX=0.05;entryY=0;endArrow=classic;strokeColor=#5A6478;strokeWidth=2;fontSize=11;fontColor=#3D4A5C" edge="1" parent="1" source="intent" target="fanout_box"><mxGeometry relative="1" as="geometry" /></mxCell>
+         <mxCell id="a_fan_synth" style="edgeStyle=orthogonalEdgeStyle;rounded=0;html=1;exitX=0.5;exitY=1;entryX=0.5;entryY=0;endArrow=classic;strokeColor=#6B46C1;strokeWidth=2" edge="1" parent="1" source="fanout_box" target="synth"><mxGeometry relative="1" as="geometry" /></mxCell>
+ 
+         <mxCell id="a_grade_disp" style="edgeStyle=orthogonalEdgeStyle;rounded=0;html=1;exitX=0.5;exitY=1;entryX=0.5;entryY=0;endArrow=classic;strokeColor=#6B46C1;strokeWidth=2" edge="1" parent="1" source="grade_in" target="grade_disp"><mxGeometry relative="1" as="geometry" /></mxCell>
+         <mxCell id="a_disp_L" value="legacy" style="edgeStyle=orthogonalEdgeStyle;rounded=0;html=1;exitX=0;exitY=0.5;entryX=0.5;entryY=0;endArrow=classic;strokeColor=#2C5282;strokeWidth=2;fontSize=11;fontColor=#1F3A68" edge="1" parent="1" source="grade_disp" target="L_grade"><mxGeometry relative="1" as="geometry"><Array as="points"><mxPoint x="670" y="850" /><mxPoint x="670" y="920" /></Array></mxGeometry></mxCell>
+         <mxCell id="a_disp_F" value="framework" style="edgeStyle=orthogonalEdgeStyle;rounded=0;html=1;exitX=1;exitY=0.5;entryX=0.5;entryY=0;endArrow=classic;strokeColor=#6B46C1;strokeWidth=2;fontSize=11;fontColor=#4C2F87" edge="1" parent="1" source="grade_disp" target="F_grade_box"><mxGeometry relative="1" as="geometry"><Array as="points"><mxPoint x="2130" y="850" /><mxPoint x="2130" y="920" /></Array></mxGeometry></mxCell>
+         <mxCell id="a_complex_fast" value="no" style="edgeStyle=orthogonalEdgeStyle;rounded=0;html=1;exitX=0.3;exitY=1;entryX=0.5;entryY=0;endArrow=classic;strokeColor=#6B46C1;strokeWidth=2;fontSize=11;fontColor=#4C2F87" edge="1" parent="1" source="F_complexity" target="F_fast"><mxGeometry relative="1" as="geometry" /></mxCell>
+         <mxCell id="a_complex_crew" value="yes" style="edgeStyle=orthogonalEdgeStyle;rounded=0;html=1;exitX=0.7;exitY=1;entryX=0.5;entryY=0;endArrow=classic;strokeColor=#6B46C1;strokeWidth=2;fontSize=11;fontColor=#4C2F87" edge="1" parent="1" source="F_complexity" target="F_crew"><mxGeometry relative="1" as="geometry" /></mxCell>

      </root>
    </mxGraphModel>
  </diagram>
</mxfile>
